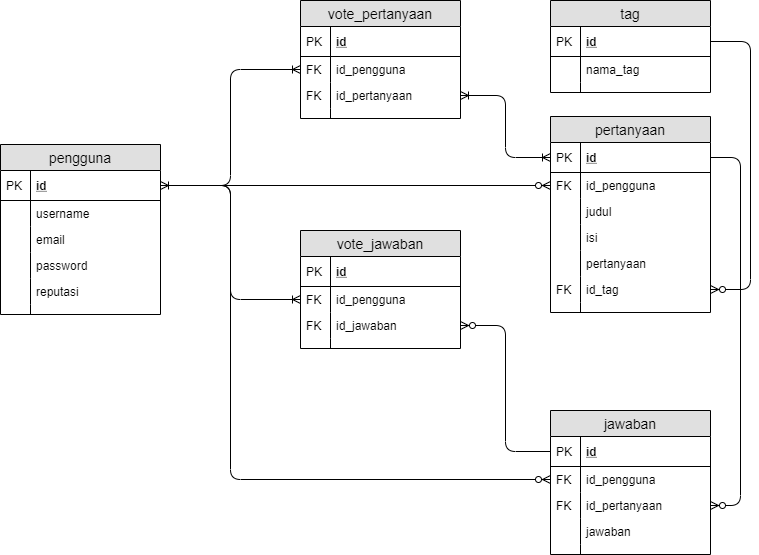
Earlier version of the draw.io export erd_copas.png (edinugroho/final-project). Source tidied: cells renumbered, new cells last; positions are measured from the earlier drawing's top-left corner, leaving out a move shared by most shapes.
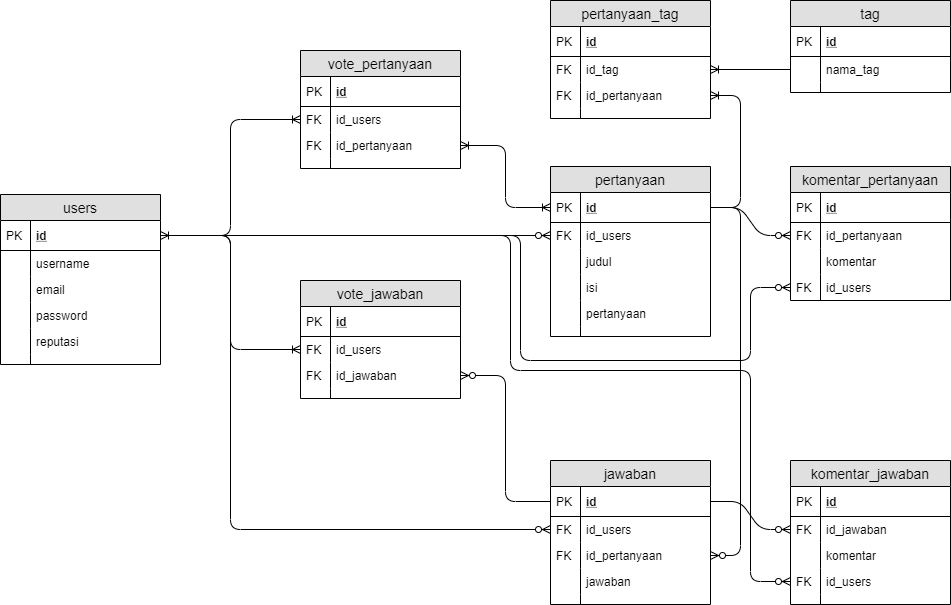
After the commit.

What changed in the source:
```diff
@@ -2,7 +2,7 @@
   <root>
     <mxCell id="0" />
     <mxCell id="1" parent="0" />
-    <mxCell id="2" value="pengguna" style="swimlane;fontStyle=0;horizontal=1;startSize=26;fillColor=#e0e0e0;swimlaneFillColor=#ffffff;align=center;fontSize=14;" parent="1" vertex="1">
+    <mxCell id="2" value="users" style="swimlane;fontStyle=0;horizontal=1;startSize=26;fillColor=#e0e0e0;swimlaneFillColor=#ffffff;align=center;fontSize=14;" parent="1" vertex="1">
       <mxGeometry y="144" width="160" height="170" as="geometry" />
     </mxCell>
     <mxCell id="3" value="id" style="shape=partialRectangle;top=0;left=0;right=0;bottom=1;align=left;verticalAlign=middle;fillColor=none;spacingLeft=34;spacingRight=4;overflow=hidden;points=[[0,0.5],[1,0.5]];portConstraint=eastwest;fontStyle=5;fontSize=12;" parent="2" vertex="1">
@@ -42,7 +42,7 @@
       <mxGeometry width="30" height="10" as="geometry" />
     </mxCell>
     <mxCell id="15" value="pertanyaan" style="swimlane;fontStyle=0;horizontal=1;startSize=26;fillColor=#e0e0e0;swimlaneFillColor=#ffffff;align=center;fontSize=14;" parent="1" vertex="1">
-      <mxGeometry x="550" y="116" width="160" height="196" as="geometry" />
+      <mxGeometry x="550" y="116" width="160" height="170" as="geometry" />
     </mxCell>
     <mxCell id="16" value="id" style="shape=partialRectangle;top=0;left=0;right=0;bottom=1;align=left;verticalAlign=middle;fillColor=none;spacingLeft=34;spacingRight=4;overflow=hidden;points=[[0,0.5],[1,0.5]];portConstraint=eastwest;fontStyle=5;fontSize=12;" parent="15" vertex="1">
       <mxGeometry y="26" width="160" height="30" as="geometry" />
@@ -50,7 +50,7 @@
     <mxCell id="17" value="PK" style="shape=partialRectangle;top=0;left=0;bottom=0;fillColor=none;align=left;verticalAlign=middle;spacingLeft=4;spacingRight=4;overflow=hidden;fontSize=12;" parent="16" vertex="1">
       <mxGeometry width="30" height="30" as="geometry" />
     </mxCell>
-    <mxCell id="18" value="id_pengguna" style="shape=partialRectangle;top=0;left=0;right=0;bottom=0;align=left;verticalAlign=top;fillColor=none;spacingLeft=34;spacingRight=4;overflow=hidden;points=[[0,0.5],[1,0.5]];portConstraint=eastwest;fontSize=12;" parent="15" vertex="1">
+    <mxCell id="18" value="id_users" style="shape=partialRectangle;top=0;left=0;right=0;bottom=0;align=left;verticalAlign=top;fillColor=none;spacingLeft=34;spacingRight=4;overflow=hidden;points=[[0,0.5],[1,0.5]];portConstraint=eastwest;fontSize=12;" parent="15" vertex="1">
       <mxGeometry y="56" width="160" height="26" as="geometry" />
     </mxCell>
     <mxCell id="19" value="FK" style="shape=partialRectangle;top=0;left=0;bottom=0;fillColor=none;align=left;verticalAlign=top;spacingLeft=4;spacingRight=4;overflow=hidden;fontSize=12;" parent="18" vertex="1">
@@ -74,18 +74,39 @@
     <mxCell id="25" style="shape=partialRectangle;top=0;left=0;bottom=0;fillColor=none;align=left;verticalAlign=top;spacingLeft=4;spacingRight=4;overflow=hidden;fontSize=12;" parent="24" vertex="1">
       <mxGeometry width="30" height="26" as="geometry" />
     </mxCell>
-    <mxCell id="26" value="id_tag" style="shape=partialRectangle;top=0;left=0;right=0;bottom=0;align=left;verticalAlign=top;fillColor=none;spacingLeft=34;spacingRight=4;overflow=hidden;points=[[0,0.5],[1,0.5]];portConstraint=eastwest;fontSize=12;" parent="15" vertex="1">
-      <mxGeometry y="160" width="160" height="26" as="geometry" />
-    </mxCell>
-    <mxCell id="27" value="FK" style="shape=partialRectangle;top=0;left=0;bottom=0;fillColor=none;align=left;verticalAlign=top;spacingLeft=4;spacingRight=4;overflow=hidden;fontSize=12;" parent="26" vertex="1">
-      <mxGeometry width="30" height="26" as="geometry" />
-    </mxCell>
     <mxCell id="28" style="shape=partialRectangle;top=0;left=0;right=0;bottom=0;align=left;verticalAlign=top;fillColor=none;spacingLeft=34;spacingRight=4;overflow=hidden;fontSize=12;" parent="15" vertex="1">
-      <mxGeometry y="186" width="160" height="10" as="geometry" />
+      <mxGeometry y="160" width="160" height="10" as="geometry" />
     </mxCell>
     <mxCell id="29" style="shape=partialRectangle;top=0;left=0;bottom=0;fillColor=none;align=left;verticalAlign=top;spacingLeft=4;spacingRight=4;overflow=hidden;fontSize=12;" parent="28" vertex="1">
       <mxGeometry width="30" height="10" as="geometry" />
     </mxCell>
+    <mxCell id="74" value="komentar_pertanyaan" style="swimlane;fontStyle=0;horizontal=1;startSize=26;fillColor=#e0e0e0;swimlaneFillColor=#ffffff;align=center;fontSize=14;" parent="1" vertex="1">
+      <mxGeometry x="790" y="116" width="160" height="134" as="geometry" />
+    </mxCell>
+    <mxCell id="75" value="id" style="shape=partialRectangle;top=0;left=0;right=0;bottom=1;align=left;verticalAlign=middle;fillColor=none;spacingLeft=34;spacingRight=4;overflow=hidden;fontStyle=5;fontSize=12;" parent="74" vertex="1">
+      <mxGeometry y="26" width="160" height="30" as="geometry" />
+    </mxCell>
+    <mxCell id="76" value="PK" style="shape=partialRectangle;top=0;left=0;bottom=0;fillColor=none;align=left;verticalAlign=middle;spacingLeft=4;spacingRight=4;overflow=hidden;fontSize=12;" parent="75" vertex="1">
+      <mxGeometry width="30" height="30" as="geometry" />
+    </mxCell>
+    <mxCell id="77" value="id_pertanyaan" style="shape=partialRectangle;top=0;left=0;right=0;bottom=0;align=left;verticalAlign=top;fillColor=none;spacingLeft=34;spacingRight=4;overflow=hidden;points=[[0,0.5],[1,0.5]];portConstraint=eastwest;fontSize=12;" parent="74" vertex="1">
+      <mxGeometry y="56" width="160" height="26" as="geometry" />
+    </mxCell>
+    <mxCell id="78" value="FK" style="shape=partialRectangle;top=0;left=0;bottom=0;fillColor=none;align=left;verticalAlign=top;spacingLeft=4;spacingRight=4;overflow=hidden;fontSize=12;" parent="77" vertex="1">
+      <mxGeometry width="30" height="26" as="geometry" />
+    </mxCell>
+    <mxCell id="79" value="komentar" style="shape=partialRectangle;top=0;left=0;right=0;bottom=0;align=left;verticalAlign=top;fillColor=none;spacingLeft=34;spacingRight=4;overflow=hidden;fontSize=12;" parent="74" vertex="1">
+      <mxGeometry y="82" width="160" height="26" as="geometry" />
+    </mxCell>
+    <mxCell id="80" style="shape=partialRectangle;top=0;left=0;bottom=0;fillColor=none;align=left;verticalAlign=top;spacingLeft=4;spacingRight=4;overflow=hidden;fontSize=12;" parent="79" vertex="1">
+      <mxGeometry width="30" height="26" as="geometry" />
+    </mxCell>
+    <mxCell id="81" value="id_users" style="shape=partialRectangle;top=0;left=0;right=0;bottom=0;align=left;verticalAlign=top;fillColor=none;spacingLeft=34;spacingRight=4;overflow=hidden;points=[[0,0.5],[1,0.5]];portConstraint=eastwest;fontSize=12;" parent="74" vertex="1">
+      <mxGeometry y="108" width="160" height="26" as="geometry" />
+    </mxCell>
+    <mxCell id="82" value="FK" style="shape=partialRectangle;top=0;left=0;bottom=0;fillColor=none;align=left;verticalAlign=top;spacingLeft=4;spacingRight=4;overflow=hidden;fontSize=12;" parent="81" vertex="1">
+      <mxGeometry width="30" height="26" as="geometry" />
+    </mxCell>
     <mxCell id="30" value="jawaban" style="swimlane;fontStyle=0;horizontal=1;startSize=26;fillColor=#e0e0e0;swimlaneFillColor=#ffffff;align=center;fontSize=14;" parent="1" vertex="1">
       <mxGeometry x="550" y="410" width="160" height="144" as="geometry" />
     </mxCell>
@@ -95,7 +116,7 @@
     <mxCell id="32" value="PK" style="shape=partialRectangle;top=0;left=0;bottom=0;fillColor=none;align=left;verticalAlign=middle;spacingLeft=4;spacingRight=4;overflow=hidden;fontSize=12;" parent="31" vertex="1">
       <mxGeometry width="30" height="30" as="geometry" />
     </mxCell>
-    <mxCell id="33" value="id_pengguna" style="shape=partialRectangle;top=0;left=0;right=0;bottom=0;align=left;verticalAlign=top;fillColor=none;spacingLeft=34;spacingRight=4;overflow=hidden;points=[[0,0.5],[1,0.5]];portConstraint=eastwest;fontSize=12;" parent="30" vertex="1">
+    <mxCell id="33" value="id_users" style="shape=partialRectangle;top=0;left=0;right=0;bottom=0;align=left;verticalAlign=top;fillColor=none;spacingLeft=34;spacingRight=4;overflow=hidden;points=[[0,0.5],[1,0.5]];portConstraint=eastwest;fontSize=12;" parent="30" vertex="1">
       <mxGeometry y="56" width="160" height="26" as="geometry" />
     </mxCell>
     <mxCell id="34" value="FK" style="shape=partialRectangle;top=0;left=0;bottom=0;fillColor=none;align=left;verticalAlign=top;spacingLeft=4;spacingRight=4;overflow=hidden;fontSize=12;" parent="33" vertex="1">
@@ -128,7 +149,7 @@
     <mxCell id="43" value="PK" style="shape=partialRectangle;top=0;left=0;bottom=0;fillColor=none;align=left;verticalAlign=middle;spacingLeft=4;spacingRight=4;overflow=hidden;fontSize=12;" parent="42" vertex="1">
       <mxGeometry width="30" height="30" as="geometry" />
     </mxCell>
-    <mxCell id="44" value="id_pengguna" style="shape=partialRectangle;top=0;left=0;right=0;bottom=0;align=left;verticalAlign=top;fillColor=none;spacingLeft=34;spacingRight=4;overflow=hidden;points=[[0,0.5],[1,0.5]];portConstraint=eastwest;fontSize=12;" parent="41" vertex="1">
+    <mxCell id="44" value="id_users" style="shape=partialRectangle;top=0;left=0;right=0;bottom=0;align=left;verticalAlign=top;fillColor=none;spacingLeft=34;spacingRight=4;overflow=hidden;points=[[0,0.5],[1,0.5]];portConstraint=eastwest;fontSize=12;" parent="41" vertex="1">
       <mxGeometry y="56" width="160" height="26" as="geometry" />
     </mxCell>
     <mxCell id="45" value="FK" style="shape=partialRectangle;top=0;left=0;bottom=0;fillColor=none;align=left;verticalAlign=top;spacingLeft=4;spacingRight=4;overflow=hidden;fontSize=12;" parent="44" vertex="1">
@@ -161,7 +182,7 @@
     <mxCell id="54" value="PK" style="shape=partialRectangle;top=0;left=0;bottom=0;fillColor=none;align=left;verticalAlign=middle;spacingLeft=4;spacingRight=4;overflow=hidden;fontSize=12;" parent="53" vertex="1">
       <mxGeometry width="30" height="30" as="geometry" />
     </mxCell>
-    <mxCell id="55" value="id_pengguna" style="shape=partialRectangle;top=0;left=0;right=0;bottom=0;align=left;verticalAlign=top;fillColor=none;spacingLeft=34;spacingRight=4;overflow=hidden;points=[[0,0.5],[1,0.5]];portConstraint=eastwest;fontSize=12;" parent="52" vertex="1">
+    <mxCell id="55" value="id_users" style="shape=partialRectangle;top=0;left=0;right=0;bottom=0;align=left;verticalAlign=top;fillColor=none;spacingLeft=34;spacingRight=4;overflow=hidden;points=[[0,0.5],[1,0.5]];portConstraint=eastwest;fontSize=12;" parent="52" vertex="1">
       <mxGeometry y="56" width="160" height="26" as="geometry" />
     </mxCell>
     <mxCell id="56" value="FK" style="shape=partialRectangle;top=0;left=0;bottom=0;fillColor=none;align=left;verticalAlign=top;spacingLeft=4;spacingRight=4;overflow=hidden;fontSize=12;" parent="55" vertex="1">
@@ -185,8 +206,8 @@
     <mxCell id="62" style="edgeStyle=orthogonalEdgeStyle;fontSize=12;html=1;endArrow=ERzeroToMany;endFill=1;entryX=1;entryY=0.5;entryDx=0;entryDy=0;exitX=0;exitY=0.5;exitDx=0;exitDy=0;" parent="1" edge="1" source="31" target="57">
       <mxGeometry relative="1" as="geometry" />
     </mxCell>
-    <mxCell id="63" value="tag" style="swimlane;fontStyle=0;horizontal=1;startSize=26;fillColor=#e0e0e0;swimlaneFillColor=#ffffff;align=center;fontSize=14;" parent="1" vertex="1">
-      <mxGeometry x="550" width="160" height="92" as="geometry" />
+    <mxCell id="63" value="pertanyaan_tag" style="swimlane;fontStyle=0;horizontal=1;startSize=26;fillColor=#e0e0e0;swimlaneFillColor=#ffffff;align=center;fontSize=14;" parent="1" vertex="1">
+      <mxGeometry x="550" y="-50" width="160" height="118" as="geometry" />
     </mxCell>
     <mxCell id="64" value="id" style="shape=partialRectangle;top=0;left=0;right=0;bottom=1;align=left;verticalAlign=middle;fillColor=none;spacingLeft=34;spacingRight=4;overflow=hidden;points=[[0,0.5],[1,0.5]];portConstraint=eastwest;fontStyle=5;fontSize=12;" parent="63" vertex="1">
       <mxGeometry y="26" width="160" height="30" as="geometry" />
@@ -194,26 +215,24 @@
     <mxCell id="65" value="PK" style="shape=partialRectangle;top=0;left=0;bottom=0;fillColor=none;align=left;verticalAlign=middle;spacingLeft=4;spacingRight=4;overflow=hidden;fontSize=12;" parent="64" vertex="1">
       <mxGeometry width="30" height="30" as="geometry" />
     </mxCell>
+    <mxCell id="26" value="id_tag" style="shape=partialRectangle;top=0;left=0;right=0;bottom=0;align=left;verticalAlign=top;fillColor=none;spacingLeft=34;spacingRight=4;overflow=hidden;points=[[0,0.5],[1,0.5]];portConstraint=eastwest;fontSize=12;" parent="63" vertex="1">
+      <mxGeometry y="56" width="160" height="26" as="geometry" />
+    </mxCell>
+    <mxCell id="83" value="FK" style="shape=partialRectangle;top=0;left=0;bottom=0;fillColor=none;align=left;verticalAlign=top;spacingLeft=4;spacingRight=4;overflow=hidden;fontSize=12;" parent="26" vertex="1">
+      <mxGeometry width="30" height="26" as="geometry" />
+    </mxCell>
-    <mxCell id="66" value="nama_tag" style="shape=partialRectangle;top=0;left=0;right=0;bottom=0;align=left;verticalAlign=top;fillColor=none;spacingLeft=34;spacingRight=4;overflow=hidden;points=[[0,0.5],[1,0.5]];portConstraint=eastwest;fontSize=12;" parent="63" vertex="1">
-      <mxGeometry y="56" width="160" height="26" as="geometry" />
+    <mxCell id="66" value="id_pertanyaan" style="shape=partialRectangle;top=0;left=0;right=0;bottom=0;align=left;verticalAlign=top;fillColor=none;spacingLeft=34;spacingRight=4;overflow=hidden;points=[[0,0.5],[1,0.5]];portConstraint=eastwest;fontSize=12;" parent="63" vertex="1">
+      <mxGeometry y="82" width="160" height="26" as="geometry" />
     </mxCell>
-    <mxCell id="67" style="shape=partialRectangle;top=0;left=0;bottom=0;fillColor=none;align=left;verticalAlign=top;spacingLeft=4;spacingRight=4;overflow=hidden;fontSize=12;" parent="66" vertex="1">
+    <mxCell id="67" value="FK" style="shape=partialRectangle;top=0;left=0;bottom=0;fillColor=none;align=left;verticalAlign=top;spacingLeft=4;spacingRight=4;overflow=hidden;fontSize=12;" parent="66" vertex="1">
       <mxGeometry width="30" height="26" as="geometry" />
     </mxCell>
     <mxCell id="68" style="shape=partialRectangle;top=0;left=0;right=0;bottom=0;align=left;verticalAlign=top;fillColor=none;spacingLeft=34;spacingRight=4;overflow=hidden;fontSize=12;" parent="63" vertex="1">
-      <mxGeometry y="82" width="160" height="10" as="geometry" />
+      <mxGeometry y="108" width="160" height="10" as="geometry" />
     </mxCell>
     <mxCell id="69" style="shape=partialRectangle;top=0;left=0;bottom=0;fillColor=none;align=left;verticalAlign=top;spacingLeft=4;spacingRight=4;overflow=hidden;fontSize=12;" parent="68" vertex="1">
       <mxGeometry width="30" height="10" as="geometry" />
     </mxCell>
-    <mxCell id="70" style="edgeStyle=orthogonalEdgeStyle;fontSize=12;html=1;endArrow=ERzeroToMany;endFill=1;entryX=1;entryY=0.5;entryDx=0;entryDy=0;exitX=1;exitY=0.5;exitDx=0;exitDy=0;" parent="1" edge="1" source="64" target="26">
-      <mxGeometry relative="1" as="geometry">
-        <Array as="points">
-          <mxPoint x="750" y="41" />
-          <mxPoint x="750" y="289" />
-        </Array>
-      </mxGeometry>
-    </mxCell>
     <mxCell id="71" style="edgeStyle=orthogonalEdgeStyle;fontSize=12;html=1;endArrow=ERzeroToMany;endFill=1;exitX=1;exitY=0.5;exitDx=0;exitDy=0;entryX=0;entryY=0.5;entryDx=0;entryDy=0;" parent="1" edge="1" source="3" target="18">
       <mxGeometry relative="1" as="geometry" />
     </mxCell>
@@ -233,5 +252,96 @@
         </Array>
       </mxGeometry>
     </mxCell>
+    <mxCell id="84" value="komentar_jawaban" style="swimlane;fontStyle=0;horizontal=1;startSize=26;fillColor=#e0e0e0;swimlaneFillColor=#ffffff;align=center;fontSize=14;" parent="1" vertex="1">
+      <mxGeometry x="790" y="410" width="160" height="144" as="geometry" />
+    </mxCell>
+    <mxCell id="85" value="id" style="shape=partialRectangle;top=0;left=0;right=0;bottom=1;align=left;verticalAlign=middle;fillColor=none;spacingLeft=34;spacingRight=4;overflow=hidden;fontStyle=5;fontSize=12;" parent="84" vertex="1">
+      <mxGeometry y="26" width="160" height="30" as="geometry" />
+    </mxCell>
+    <mxCell id="86" value="PK" style="shape=partialRectangle;top=0;left=0;bottom=0;fillColor=none;align=left;verticalAlign=middle;spacingLeft=4;spacingRight=4;overflow=hidden;fontSize=12;" parent="85" vertex="1">
+      <mxGeometry width="30" height="30" as="geometry" />
+    </mxCell>
+    <mxCell id="87" value="id_jawaban" style="shape=partialRectangle;top=0;left=0;right=0;bottom=0;align=left;verticalAlign=top;fillColor=none;spacingLeft=34;spacingRight=4;overflow=hidden;points=[[0,0.5],[1,0.5]];portConstraint=eastwest;fontSize=12;" parent="84" vertex="1">
+      <mxGeometry y="56" width="160" height="26" as="geometry" />
+    </mxCell>
+    <mxCell id="88" value="FK" style="shape=partialRectangle;top=0;left=0;bottom=0;fillColor=none;align=left;verticalAlign=top;spacingLeft=4;spacingRight=4;overflow=hidden;fontSize=12;" parent="87" vertex="1">
+      <mxGeometry width="30" height="26" as="geometry" />
+    </mxCell>
+    <mxCell id="89" value="komentar" style="shape=partialRectangle;top=0;left=0;right=0;bottom=0;align=left;verticalAlign=top;fillColor=none;spacingLeft=34;spacingRight=4;overflow=hidden;fontSize=12;" parent="84" vertex="1">
+      <mxGeometry y="82" width="160" height="26" as="geometry" />
+    </mxCell>
+    <mxCell id="90" style="shape=partialRectangle;top=0;left=0;bottom=0;fillColor=none;align=left;verticalAlign=top;spacingLeft=4;spacingRight=4;overflow=hidden;fontSize=12;" parent="89" vertex="1">
+      <mxGeometry width="30" height="26" as="geometry" />
+    </mxCell>
+    <mxCell id="91" value="id_users" style="shape=partialRectangle;top=0;left=0;right=0;bottom=0;align=left;verticalAlign=top;fillColor=none;spacingLeft=34;spacingRight=4;overflow=hidden;points=[[0,0.5],[1,0.5]];portConstraint=eastwest;fontSize=12;" parent="84" vertex="1">
+      <mxGeometry y="108" width="160" height="26" as="geometry" />
+    </mxCell>
+    <mxCell id="92" value="FK" style="shape=partialRectangle;top=0;left=0;bottom=0;fillColor=none;align=left;verticalAlign=top;spacingLeft=4;spacingRight=4;overflow=hidden;fontSize=12;" parent="91" vertex="1">
+      <mxGeometry width="30" height="26" as="geometry" />
+    </mxCell>
+    <mxCell id="93" style="shape=partialRectangle;top=0;left=0;right=0;bottom=0;align=left;verticalAlign=top;fillColor=none;spacingLeft=34;spacingRight=4;overflow=hidden;fontSize=12;" parent="84" vertex="1">
+      <mxGeometry y="134" width="160" height="10" as="geometry" />
+    </mxCell>
+    <mxCell id="94" style="shape=partialRectangle;top=0;left=0;bottom=0;fillColor=none;align=left;verticalAlign=top;spacingLeft=4;spacingRight=4;overflow=hidden;fontSize=12;" parent="93" vertex="1">
+      <mxGeometry width="30" height="10" as="geometry" />
+    </mxCell>
+    <mxCell id="95" value="tag" style="swimlane;fontStyle=0;horizontal=1;startSize=26;fillColor=#e0e0e0;swimlaneFillColor=#ffffff;align=center;fontSize=14;" parent="1" vertex="1">
+      <mxGeometry x="790" y="-50" width="160" height="92" as="geometry" />
+    </mxCell>
+    <mxCell id="96" value="id" style="shape=partialRectangle;top=0;left=0;right=0;bottom=1;align=left;verticalAlign=middle;fillColor=none;spacingLeft=34;spacingRight=4;overflow=hidden;fontStyle=5;fontSize=12;" parent="95" vertex="1">
+      <mxGeometry y="26" width="160" height="30" as="geometry" />
+    </mxCell>
+    <mxCell id="97" value="PK" style="shape=partialRectangle;top=0;left=0;bottom=0;fillColor=none;align=left;verticalAlign=middle;spacingLeft=4;spacingRight=4;overflow=hidden;fontSize=12;" parent="96" vertex="1">
+      <mxGeometry width="30" height="30" as="geometry" />
+    </mxCell>
+    <mxCell id="98" value="nama_tag" style="shape=partialRectangle;top=0;left=0;right=0;bottom=0;align=left;verticalAlign=top;fillColor=none;spacingLeft=34;spacingRight=4;overflow=hidden;points=[[0,0.5],[1,0.5]];portConstraint=eastwest;fontSize=12;" parent="95" vertex="1">
+      <mxGeometry y="56" width="160" height="26" as="geometry" />
+    </mxCell>
+    <mxCell id="99" style="shape=partialRectangle;top=0;left=0;bottom=0;fillColor=none;align=left;verticalAlign=top;spacingLeft=4;spacingRight=4;overflow=hidden;fontSize=12;" parent="98" vertex="1">
+      <mxGeometry width="30" height="26" as="geometry" />
+    </mxCell>
+    <mxCell id="100" style="shape=partialRectangle;top=0;left=0;right=0;bottom=0;align=left;verticalAlign=top;fillColor=none;spacingLeft=34;spacingRight=4;overflow=hidden;fontSize=12;" parent="95" vertex="1">
+      <mxGeometry y="82" width="160" height="10" as="geometry" />
+    </mxCell>
+    <mxCell id="101" style="shape=partialRectangle;top=0;left=0;bottom=0;fillColor=none;align=left;verticalAlign=top;spacingLeft=4;spacingRight=4;overflow=hidden;fontSize=12;" parent="100" vertex="1">
+      <mxGeometry width="30" height="10" as="geometry" />
+    </mxCell>
+    <mxCell id="102" style="edgeStyle=orthogonalEdgeStyle;fontSize=12;html=1;endArrow=ERoneToMany;exitX=0;exitY=0.5;exitDx=0;exitDy=0;entryX=1;entryY=0.5;entryDx=0;entryDy=0;" parent="1" edge="1" source="98" target="26">
+      <mxGeometry relative="1" as="geometry" />
+    </mxCell>
+    <mxCell id="103" style="edgeStyle=orthogonalEdgeStyle;fontSize=12;html=1;endArrow=ERoneToMany;exitX=1;exitY=0.5;exitDx=0;exitDy=0;entryX=1;entryY=0.5;entryDx=0;entryDy=0;" parent="1" edge="1" source="16" target="66">
+      <mxGeometry relative="1" as="geometry">
+        <Array as="points">
+          <mxPoint x="740" y="157" />
+          <mxPoint x="740" y="45" />
+        </Array>
+      </mxGeometry>
+    </mxCell>
+    <mxCell id="104" style="edgeStyle=entityRelationEdgeStyle;fontSize=12;html=1;endArrow=ERzeroToMany;endFill=1;entryX=0;entryY=0.5;entryDx=0;entryDy=0;exitX=1;exitY=0.5;exitDx=0;exitDy=0;" parent="1" edge="1" source="16" target="77">
+      <mxGeometry relative="1" as="geometry" />
+    </mxCell>
+    <mxCell id="105" style="edgeStyle=entityRelationEdgeStyle;fontSize=12;html=1;endArrow=ERzeroToMany;endFill=1;entryX=0;entryY=0.5;entryDx=0;entryDy=0;exitX=1;exitY=0.5;exitDx=0;exitDy=0;" parent="1" edge="1" source="31" target="87">
+      <mxGeometry relative="1" as="geometry" />
+    </mxCell>
+    <mxCell id="106" style="edgeStyle=orthogonalEdgeStyle;fontSize=12;html=1;endArrow=ERzeroToMany;endFill=1;exitX=1;exitY=0.5;exitDx=0;exitDy=0;entryX=0;entryY=0.5;entryDx=0;entryDy=0;" parent="1" edge="1" source="3" target="81">
+      <mxGeometry relative="1" as="geometry">
+        <Array as="points">
+          <mxPoint x="520" y="185" />
+          <mxPoint x="520" y="310" />
+          <mxPoint x="750" y="310" />
+          <mxPoint x="750" y="237" />
+        </Array>
+      </mxGeometry>
+    </mxCell>
+    <mxCell id="107" style="edgeStyle=orthogonalEdgeStyle;fontSize=12;html=1;endArrow=ERzeroToMany;endFill=1;exitX=1;exitY=0.5;exitDx=0;exitDy=0;entryX=0;entryY=0.5;entryDx=0;entryDy=0;" parent="1" edge="1" source="3" target="91">
+      <mxGeometry relative="1" as="geometry">
+        <Array as="points">
+          <mxPoint x="510" y="185" />
+          <mxPoint x="510" y="320" />
+          <mxPoint x="750" y="320" />
+          <mxPoint x="750" y="531" />
+        </Array>
+      </mxGeometry>
+    </mxCell>
   </root>
 </mxGraphModel>
```
